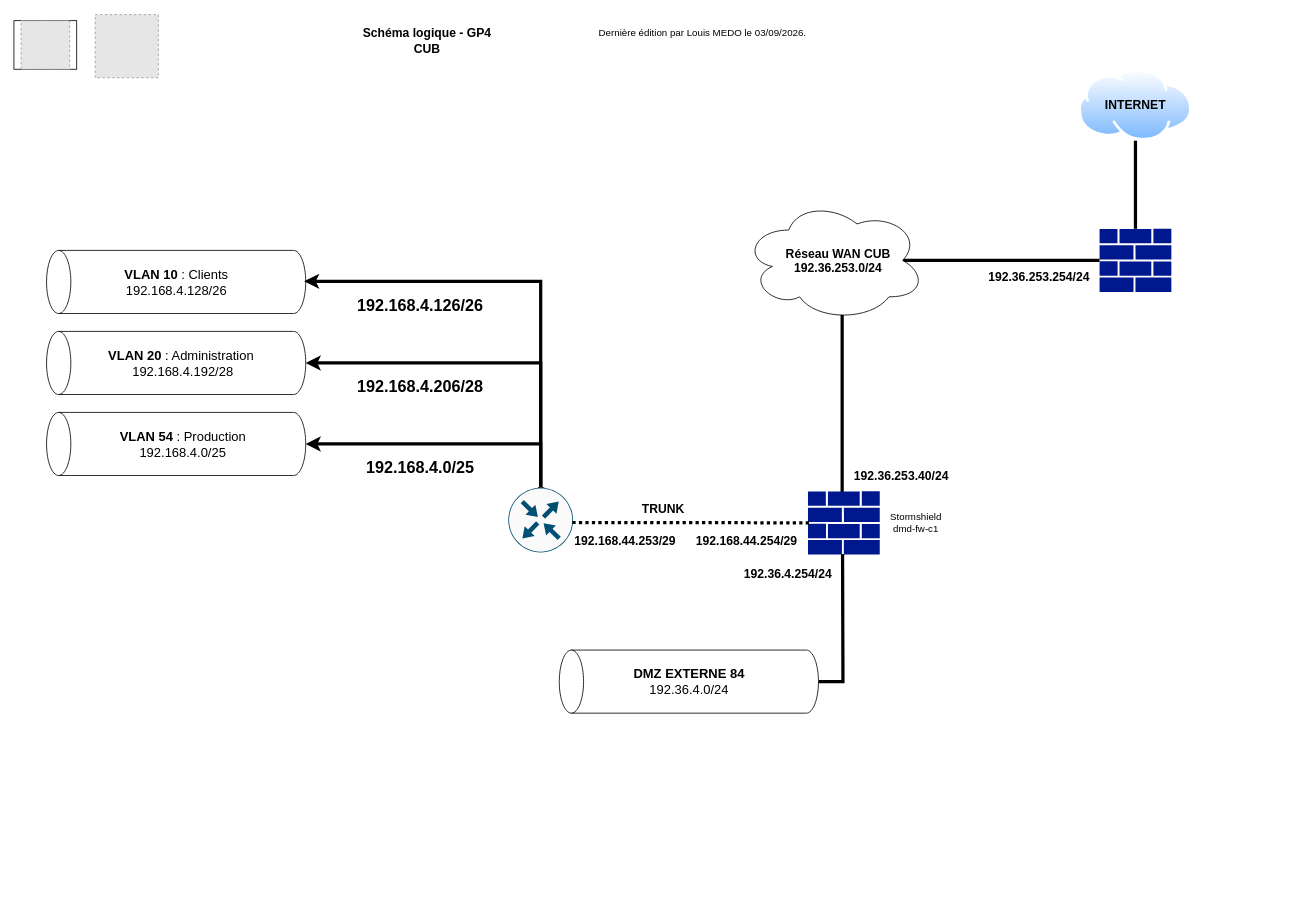
The draw.io diagram docs/ressources/schemas/cub-schema-logique-gp4.drawio in FireToak/cub-docs, before the edit. Source tidied: cells renumbered, new cells numbered last; positions are measured from the earlier drawing's top-left corner, leaving out a move shared by most shapes. Both pictures are drawn from the tidied source at 81%, with x=0, y=0 at pixel (14, 14). Pictures stored in the file or linked from it are replaced by grey dashed boxes.
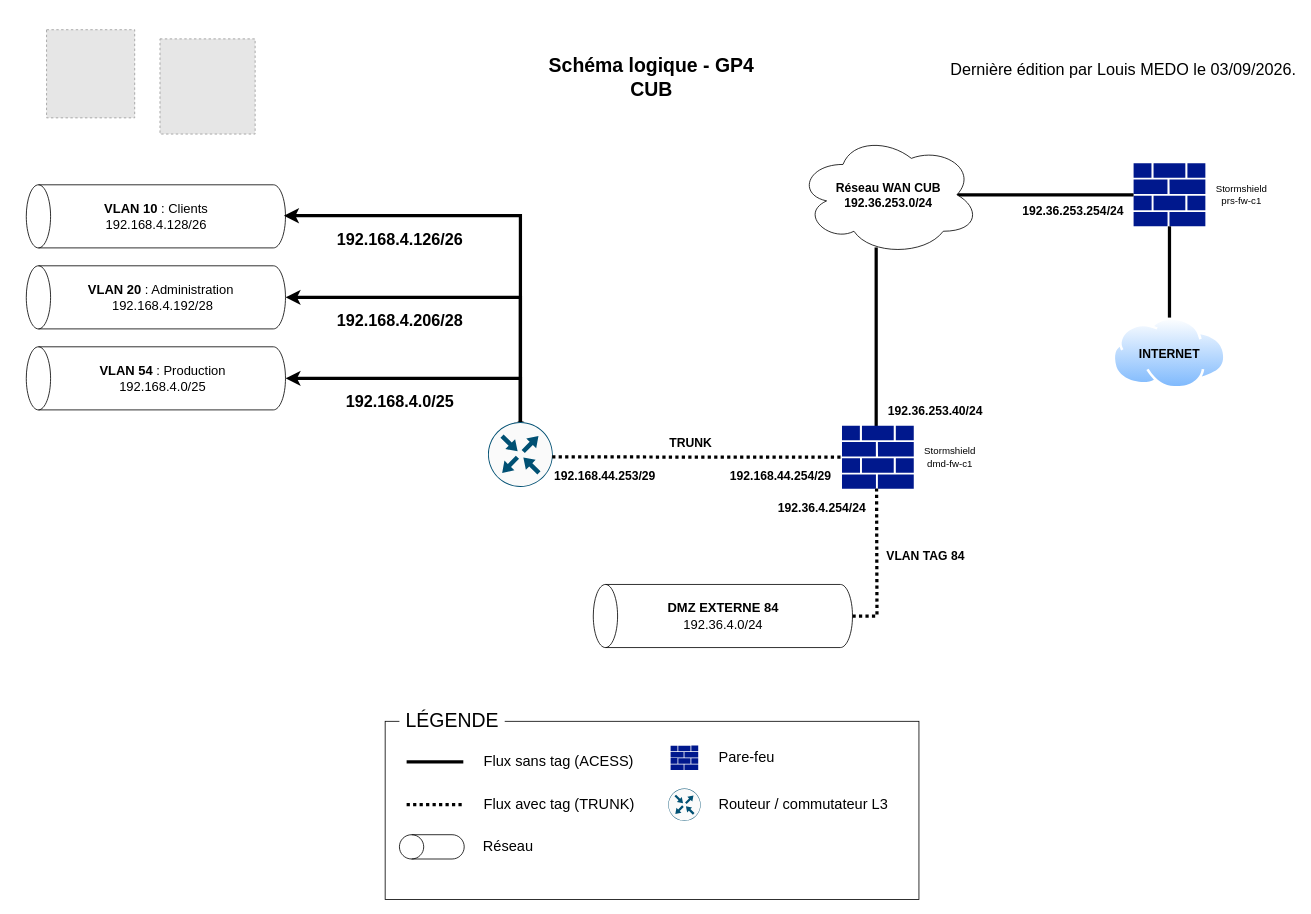
The same page after the edit.

Commit message (it also covers changes not shown here):
chore: mise à jour schéma logique

What changed in the source:
```diff
@@
-    <mxCell id="2" style="endArrow=none;html=1;rounded=0;entryX=0;entryY=0.5;entryDx=0;entryDy=0;entryPerimeter=0;exitX=0.875;exitY=0.5;exitDx=0;exitDy=0;exitPerimeter=0;strokeWidth=4;" parent="1" edge="1" source="33" target="34">
-      <mxGeometry relative="1" as="geometry" />
+    <mxCell id="2" style="endArrow=none;html=1;rounded=0;entryX=0;entryY=0.5;entryDx=0;entryDy=0;entryPerimeter=0;exitX=0.875;exitY=0.5;exitDx=0;exitDy=0;exitPerimeter=0;strokeWidth=4;" parent="1" edge="1" target="34">
+      <mxGeometry relative="1" as="geometry">
+        <mxPoint x="1138.9" y="223" as="sourcePoint" />
+      </mxGeometry>
     </mxCell>
-    <mxCell id="3" style="rounded=0;whiteSpace=wrap;html=1;fillColor=light-dark(#FFFFFF,#FFFFFF);" parent="1" vertex="1">
-      <mxGeometry x="-0.3" y="8" width="77.5" height="60" as="geometry" />
-    </mxCell>
     <mxCell id="4" style="fillColor=#E6E6E6;strokeColor=#999999;dashed=1;verticalLabelPosition=bottom;labelBackgroundColor=default;verticalAlign=top;" parent="1" vertex="1">
-      <mxGeometry x="100" y="0.5" width="78" height="78" as="geometry" />
+      <mxGeometry x="180" y="30.5" width="117.5" height="117.5" as="geometry" />
     </mxCell>
-    <mxCell id="5" value="&lt;font style=&quot;font-size: 15px;&quot;&gt;&lt;span&gt;Schéma logique - GP4&lt;br&gt;CUB&lt;/span&gt;&lt;/font&gt;" style="text;html=1;strokeColor=none;fillColor=none;align=center;verticalAlign=middle;whiteSpace=wrap;rounded=0;fontSize=16;fontStyle=1;" parent="1" vertex="1">
-      <mxGeometry x="405" y="18" width="210" height="30" as="geometry" />
+    <mxCell id="5" value="&lt;font style=&quot;font-size: 24px;&quot;&gt;Schéma logique - GP4&lt;br&gt;CUB&lt;/font&gt;" style="text;html=1;strokeColor=none;fillColor=none;align=center;verticalAlign=middle;whiteSpace=wrap;rounded=0;fontSize=16;fontStyle=1;" parent="1" vertex="1">
+      <mxGeometry x="627" y="38" width="320" height="80" as="geometry" />
     </mxCell>
-    <mxCell id="6" value="&lt;div align=&quot;left&quot;&gt;Dernière édition par Louis MEDO le 03/09/2026.&lt;/div&gt;" style="text;html=1;align=left;verticalAlign=middle;strokeColor=none;fillColor=none;" parent="1" vertex="1">
-      <mxGeometry x="720" y="8" width="280" height="30" as="geometry" />
+    <mxCell id="6" value="&lt;div&gt;&lt;font style=&quot;font-size: 20px;&quot;&gt;Dernière édition par Louis MEDO le 03/09/2026.&lt;/font&gt;&lt;/div&gt;" style="text;html=1;align=right;verticalAlign=middle;strokeColor=none;fillColor=none;fontSize=24;" parent="1" vertex="1">
+      <mxGeometry x="1134.1" y="47" width="450" height="40" as="geometry" />
     </mxCell>
     <mxCell id="7" style="edgeStyle=orthogonalEdgeStyle;rounded=0;orthogonalLoop=1;jettySize=auto;html=1;exitX=0.5;exitY=0;exitDx=0;exitDy=0;exitPerimeter=0;endArrow=none;endFill=0;strokeWidth=4;" parent="1" edge="1">
       <mxGeometry relative="1" as="geometry">
-        <mxPoint x="1022.2" y="590.6" as="sourcePoint" />
-        <mxPoint x="1022.2" y="369" as="targetPoint" />
+        <mxPoint x="1064.2" y="509.6" as="sourcePoint" />
+        <mxPoint x="1064.2" y="288" as="targetPoint" />
         <Array as="points">
-          <mxPoint x="1022.2" y="478" />
-          <mxPoint x="1022.2" y="478" />
+          <mxPoint x="1064.2" y="397" />
+          <mxPoint x="1064.2" y="397" />
         </Array>
       </mxGeometry>
     </mxCell>
     <mxCell id="8" value="&lt;font style=&quot;font-size: 15px;&quot;&gt;&lt;b&gt;&lt;font style=&quot;&quot;&gt;192.168.44.254/29&lt;/font&gt;&lt;/b&gt;&lt;/font&gt;" style="text;html=1;align=center;verticalAlign=middle;strokeColor=none;fillColor=none;" parent="1" vertex="1">
-      <mxGeometry x="829.2" y="635" width="150" height="30" as="geometry" />
+      <mxGeometry x="871.2" y="554" width="150" height="30" as="geometry" />
     </mxCell>
     <mxCell id="9" value="&lt;font style=&quot;font-size: 15px;&quot;&gt;&lt;b&gt;&lt;font style=&quot;&quot;&gt;192.36.253.254/24&lt;/font&gt;&lt;/b&gt;&lt;/font&gt;" style="text;html=1;align=center;verticalAlign=middle;strokeColor=none;fillColor=none;" parent="1" vertex="1">
-      <mxGeometry x="1190" y="309" width="150" height="30" as="geometry" />
+      <mxGeometry x="1232" y="228" width="150" height="30" as="geometry" />
     </mxCell>
     <mxCell id="10" value="&lt;font style=&quot;font-size: 15px;&quot;&gt;&lt;b&gt;&lt;font style=&quot;&quot;&gt;TRUNK&lt;/font&gt;&lt;/b&gt;&lt;/font&gt;" style="text;html=1;align=center;verticalAlign=middle;strokeColor=none;fillColor=none;" parent="1" vertex="1">
-      <mxGeometry x="761" y="595" width="80" height="30" as="geometry" />
+      <mxGeometry x="795" y="514" width="80" height="30" as="geometry" />
     </mxCell>
     <mxCell id="11" value="&lt;font style=&quot;font-size: 20px;&quot;&gt;&lt;b&gt;&lt;font style=&quot;font-size: 20px;&quot;&gt;192.168.4.126/26&lt;/font&gt;&lt;/b&gt;&lt;/font&gt;" style="text;html=1;align=center;verticalAlign=middle;strokeColor=none;fillColor=none;" parent="1" vertex="1">
-      <mxGeometry x="411" y="339" width="180" height="40" as="geometry" />
+      <mxGeometry x="386" y="258" width="180" height="40" as="geometry" />
     </mxCell>
     <mxCell id="12" value="&lt;font size=&quot;1&quot;&gt;&lt;b&gt;&lt;font style=&quot;font-size: 20px;&quot;&gt;192.168.4.206/28&lt;/font&gt;&lt;/b&gt;&lt;/font&gt;" style="text;html=1;align=center;verticalAlign=middle;strokeColor=none;fillColor=none;" parent="1" vertex="1">
-      <mxGeometry x="411" y="439" width="180" height="40" as="geometry" />
+      <mxGeometry x="386" y="358" width="180" height="40" as="geometry" />
     </mxCell>
     <mxCell id="13" value="&lt;font size=&quot;1&quot;&gt;&lt;b style=&quot;font-size: 20px;&quot;&gt;192.168.4.0/25&lt;/b&gt;&lt;/font&gt;" style="text;html=1;align=center;verticalAlign=middle;strokeColor=none;fillColor=none;" parent="1" vertex="1">
-      <mxGeometry x="421" y="539" width="160" height="40" as="geometry" />
+      <mxGeometry x="396" y="458" width="160" height="40" as="geometry" />
     </mxCell>
     <mxCell id="14" style="shape=cylinder3;whiteSpace=wrap;html=1;boundedLbl=1;backgroundOutline=1;size=15;rotation=-90;" parent="1" vertex="1">
-      <mxGeometry x="161" y="370.6" width="77.9" height="320" as="geometry" />
+      <mxGeometry x="136" y="289.6" width="77.9" height="320" as="geometry" />
     </mxCell>
     <mxCell id="15" style="shape=cylinder3;whiteSpace=wrap;html=1;boundedLbl=1;backgroundOutline=1;size=15;rotation=-90;" parent="1" vertex="1">
-      <mxGeometry x="161" y="270.6" width="77.9" height="320" as="geometry" />
+      <mxGeometry x="136" y="189.6" width="77.9" height="320" as="geometry" />
     </mxCell>
     <mxCell id="16" style="shape=cylinder3;whiteSpace=wrap;html=1;boundedLbl=1;backgroundOutline=1;size=15;rotation=-90;" parent="1" vertex="1">
-      <mxGeometry x="161" y="170.6" width="77.9" height="320" as="geometry" />
+      <mxGeometry x="136" y="89.6" width="77.9" height="320" as="geometry" />
     </mxCell>
     <mxCell id="17" style="edgeStyle=orthogonalEdgeStyle;rounded=0;jettySize=auto;html=1;strokeWidth=4;exitX=0.47;exitY=0.02;exitDx=0;exitDy=0;exitPerimeter=0;" parent="1" edge="1" source="31">
       <mxGeometry relative="1" as="geometry">
-        <mxPoint x="358" y="329.8" as="targetPoint" />
+        <mxPoint x="333" y="248.8" as="targetPoint" />
         <Array as="points">
-          <mxPoint x="652.6" y="588.2" />
-          <mxPoint x="650" y="588.2" />
-          <mxPoint x="650" y="329.8" />
+          <mxPoint x="627.6" y="507.2" />
+          <mxPoint x="625" y="507.2" />
+          <mxPoint x="625" y="248.8" />
         </Array>
       </mxGeometry>
     </mxCell>
     <mxCell id="18" style="edgeStyle=orthogonalEdgeStyle;rounded=0;jettySize=auto;html=1;entryX=0.5;entryY=1;entryDx=0;entryDy=0;entryPerimeter=0;strokeWidth=4;exitX=0.456;exitY=0.017;exitDx=0;exitDy=0;exitPerimeter=0;" parent="1" edge="1" source="31" target="15">
       <mxGeometry relative="1" as="geometry">
         <Array as="points">
-          <mxPoint x="651.5" y="587.8" />
-          <mxPoint x="650" y="587.8" />
-          <mxPoint x="650" y="430.6" />
+          <mxPoint x="626.5" y="506.8" />
+          <mxPoint x="625" y="506.8" />
+          <mxPoint x="625" y="349.6" />
         </Array>
       </mxGeometry>
     </mxCell>
     <mxCell id="19" value="&lt;div align=&quot;left&quot;&gt;&lt;font style=&quot;font-size: 16px;&quot;&gt;&lt;b&gt;VLAN 10&lt;/b&gt; : Clients&lt;/font&gt;&lt;br&gt;&lt;/div&gt;&lt;font style=&quot;font-size: 16px;&quot;&gt;192.168.4.128/26&lt;/font&gt;" style="text;html=1;align=center;verticalAlign=middle;strokeColor=none;fillColor=none;" parent="1" vertex="1">
-      <mxGeometry x="125" y="305.6" width="150" height="50" as="geometry" />
+      <mxGeometry x="100" y="224.6" width="150" height="50" as="geometry" />
     </mxCell>
     <mxCell id="20" value="&lt;font style=&quot;font-size: 16px;&quot;&gt;&lt;b&gt;VLAN 20&lt;/b&gt;&amp;nbsp;: Administration&amp;nbsp;&lt;br&gt;192.168.4.192/28&lt;/font&gt;" style="text;html=1;align=center;verticalAlign=middle;strokeColor=none;fillColor=none;" parent="1" vertex="1">
-      <mxGeometry x="102.9" y="405.6" width="210" height="50" as="geometry" />
+      <mxGeometry x="77.9" y="324.6" width="210" height="50" as="geometry" />
     </mxCell>
     <mxCell id="21" value="&lt;font style=&quot;font-size: 16px;&quot;&gt;&lt;b&gt;VLAN 54&lt;/b&gt;&amp;nbsp;: Production&lt;br&gt;192.168.4.0/25&lt;/font&gt;" style="text;html=1;align=center;verticalAlign=middle;strokeColor=none;fillColor=none;" parent="1" vertex="1">
-      <mxGeometry x="117.9" y="505.6" width="180" height="50" as="geometry" />
+      <mxGeometry x="92.9" y="424.6" width="180" height="50" as="geometry" />
     </mxCell>
     <mxCell id="22" style="edgeStyle=orthogonalEdgeStyle;rounded=0;jettySize=auto;html=1;entryX=0.5;entryY=1;entryDx=0;entryDy=0;entryPerimeter=0;strokeWidth=4;exitX=0.43;exitY=0.008;exitDx=0;exitDy=0;exitPerimeter=0;" parent="1" edge="1" source="31" target="14">
       <mxGeometry relative="1" as="geometry">
         <Array as="points">
-          <mxPoint x="651.5" y="589.2" />
-          <mxPoint x="651.5" y="587.9" />
-          <mxPoint x="650" y="587.9" />
-          <mxPoint x="650" y="530.6" />
+          <mxPoint x="626.5" y="508.2" />
+          <mxPoint x="626.5" y="506.9" />
+          <mxPoint x="625" y="506.9" />
+          <mxPoint x="625" y="449.6" />
         </Array>
       </mxGeometry>
     </mxCell>
     <mxCell id="23" style="fillColor=#E6E6E6;strokeColor=#999999;dashed=1;verticalLabelPosition=bottom;labelBackgroundColor=default;verticalAlign=top;" parent="1" vertex="1">
-      <mxGeometry x="8.5" y="8" width="60" height="60" as="geometry" />
+      <mxGeometry x="40" y="19.2" width="108.8" height="108.8" as="geometry" />
     </mxCell>
     <mxCell id="24" value="&lt;font style=&quot;&quot;&gt;&lt;b style=&quot;&quot;&gt;&lt;font style=&quot;font-size: 15px;&quot;&gt;192.168.44.253/29&lt;/font&gt;&lt;/b&gt;&lt;/font&gt;" style="text;html=1;align=center;verticalAlign=middle;strokeColor=none;fillColor=none;" parent="1" vertex="1">
-      <mxGeometry x="679.2" y="635" width="150" height="30" as="geometry" />
+      <mxGeometry x="654.2" y="554" width="150" height="30" as="geometry" />
     </mxCell>
     <mxCell id="25" value="&lt;font style=&quot;font-size: 15px;&quot;&gt;&lt;b&gt;&lt;font style=&quot;&quot;&gt;192.36.253.40/24&lt;/font&gt;&lt;/b&gt;&lt;/font&gt;" style="text;html=1;align=center;verticalAlign=middle;strokeColor=none;fillColor=none;" parent="1" vertex="1">
-      <mxGeometry x="1025" y="554.6" width="140" height="30" as="geometry" />
+      <mxGeometry x="1067" y="473.6" width="140" height="30" as="geometry" />
     </mxCell>
-    <mxCell id="26" style="edgeStyle=orthogonalEdgeStyle;rounded=0;jettySize=auto;html=1;endArrow=none;endFill=0;strokeWidth=4;exitX=0.5;exitY=1;exitDx=0;exitDy=0;exitPerimeter=0;" parent="1" edge="1" source="27">
+    <mxCell id="26" style="edgeStyle=orthogonalEdgeStyle;rounded=0;jettySize=auto;html=1;endArrow=none;endFill=0;strokeWidth=4;exitX=0.5;exitY=1;exitDx=0;exitDy=0;exitPerimeter=0;dashed=1;dashPattern=1 1;" parent="1" edge="1" source="27">
       <mxGeometry relative="1" as="geometry">
-        <mxPoint x="1022.7" y="666.6" as="targetPoint" />
+        <mxPoint x="1064.7" y="585.6" as="targetPoint" />
       </mxGeometry>
     </mxCell>
     <mxCell id="27" style="shape=cylinder3;whiteSpace=wrap;html=1;boundedLbl=1;backgroundOutline=1;size=15;rotation=-90;" parent="1" vertex="1">
-      <mxGeometry x="794" y="664" width="77.9" height="320" as="geometry" />
+      <mxGeometry x="836" y="583" width="77.9" height="320" as="geometry" />
     </mxCell>
     <mxCell id="28" value="&lt;span style=&quot;font-size: 16px;&quot;&gt;&lt;b&gt;DMZ EXTERNE 84&lt;/b&gt;&lt;/span&gt;&lt;div&gt;&lt;span style=&quot;font-size: 16px;&quot;&gt;192.36.4.0/24&lt;/span&gt;&lt;/div&gt;" style="text;html=1;align=center;verticalAlign=middle;strokeColor=none;fillColor=none;" parent="1" vertex="1">
-      <mxGeometry x="753" y="799" width="160" height="50" as="geometry" />
+      <mxGeometry x="795" y="718" width="160" height="50" as="geometry" />
     </mxCell>
     <mxCell id="29" value="&lt;font style=&quot;font-size: 15px;&quot;&gt;&lt;b&gt;&lt;font style=&quot;&quot;&gt;192.36.4.254/24&lt;/font&gt;&lt;/b&gt;&lt;/font&gt;" style="text;html=1;align=center;verticalAlign=middle;strokeColor=none;fillColor=none;" parent="1" vertex="1">
-      <mxGeometry x="890" y="675" width="130" height="30" as="geometry" />
+      <mxGeometry x="932" y="594" width="130" height="30" as="geometry" />
     </mxCell>
     <mxCell id="30" style="sketch=0;shadow=0;dashed=0;html=1;strokeColor=none;labelPosition=center;verticalLabelPosition=bottom;verticalAlign=top;align=center;fillColor=#00188D;shape=mxgraph.mscae.enterprise.firewall;" parent="1" vertex="1">
-      <mxGeometry x="980" y="589.1" width="88.6" height="77.9" as="geometry" />
+      <mxGeometry x="1022" y="508.1" width="88.6" height="77.9" as="geometry" />
     </mxCell>
     <mxCell id="31" style="sketch=0;points=[[0.5,0,0],[1,0.5,0],[0.5,1,0],[0,0.5,0],[0.145,0.145,0],[0.8555,0.145,0],[0.855,0.8555,0],[0.145,0.855,0]];verticalLabelPosition=bottom;html=1;verticalAlign=top;align=center;shape=mxgraph.cisco19.rect;prIcon=router;fillColor=#FAFAFA;strokeColor=#005073;" parent="1" vertex="1">
-      <mxGeometry x="610" y="584.6" width="80" height="80" as="geometry" />
+      <mxGeometry x="585" y="503.6" width="80" height="80" as="geometry" />
     </mxCell>
@@
     <mxCell id="33" style="ellipse;shape=cloud;whiteSpace=wrap;html=1;" parent="1" vertex="1">
-      <mxGeometry x="900" y="229" width="225" height="150" as="geometry" />
+      <mxGeometry x="967" y="148" width="225" height="150" as="geometry" />
     </mxCell>
     <mxCell id="34" style="sketch=0;shadow=0;dashed=0;html=1;strokeColor=none;labelPosition=center;verticalLabelPosition=bottom;verticalAlign=top;align=center;fillColor=#00188D;shape=mxgraph.mscae.enterprise.firewall;" parent="1" vertex="1">
-      <mxGeometry x="1340" y="265" width="88.6" height="77.9" as="geometry" />
+      <mxGeometry x="1382" y="184" width="88.6" height="77.9" as="geometry" />
     </mxCell>
     <mxCell id="35" value="&lt;b&gt;Réseau WAN CUB&lt;/b&gt;&lt;div&gt;&lt;b&gt;192.36.253.0/24&lt;/b&gt;&lt;/div&gt;" style="text;html=1;whiteSpace=wrap;strokeColor=none;fillColor=none;align=center;verticalAlign=middle;rounded=0;fontSize=15;" parent="1" vertex="1">
-      <mxGeometry x="947" y="277.9" width="141.2" height="52.2" as="geometry" />
+      <mxGeometry x="1008.9" y="196.9" width="141.2" height="52.2" as="geometry" />
     </mxCell>
     <mxCell id="36" style="image;perimeter=ellipsePerimeter;html=1;align=center;shadow=0;dashed=0;spacingTop=3;image=img/lib/active_directory/internet_cloud.svg;" parent="1" vertex="1">
-      <mxGeometry x="1314.3" y="68" width="140" height="88.2" as="geometry" />
+      <mxGeometry x="1356.3" y="374.6" width="140" height="88.2" as="geometry" />
     </mxCell>
     <mxCell id="37" value="INTERNET" style="text;html=1;whiteSpace=wrap;align=center;verticalAlign=middle;rounded=0;fontColor=light-dark(#000000,#000000);fontStyle=1;fontSize=15;" parent="1" vertex="1">
-      <mxGeometry x="1340" y="87.1" width="88.6" height="50" as="geometry" />
+      <mxGeometry x="1382" y="393.7" width="88.6" height="50" as="geometry" />
     </mxCell>
-    <mxCell id="38" style="endArrow=none;html=1;rounded=0;entryX=0.5;entryY=1;entryDx=0;entryDy=0;exitX=0.5;exitY=0;exitDx=0;exitDy=0;exitPerimeter=0;strokeWidth=4;" parent="1" edge="1" source="34" target="36">
+    <mxCell id="38" style="endArrow=none;html=1;rounded=0;entryX=0.5;entryY=0;entryDx=0;entryDy=0;exitX=0.5;exitY=1;exitDx=0;exitDy=0;exitPerimeter=0;strokeWidth=4;" parent="1" edge="1" source="34" target="36">
       <mxGeometry relative="1" as="geometry" />
     </mxCell>
-    <mxCell id="39" value="Stormshield&lt;div&gt;dmd-fw-c1&lt;/div&gt;" style="text;html=1;whiteSpace=wrap;strokeColor=none;fillColor=none;align=center;verticalAlign=middle;rounded=0;fontColor=light-dark(#000000,#00331A);" parent="1" vertex="1">
-      <mxGeometry x="1068.6" y="608" width="88.6" height="40" as="geometry" />
+    <mxCell id="39" value="&lt;span style=&quot;color: light-dark(rgb(0, 0, 0), rgb(255, 255, 255));&quot;&gt;Stormshield&lt;/span&gt;&lt;div&gt;&lt;span style=&quot;color: light-dark(rgb(0, 0, 0), rgb(255, 255, 255));&quot;&gt;dmd-fw-c1&lt;/span&gt;&lt;/div&gt;" style="text;html=1;whiteSpace=wrap;strokeColor=none;fillColor=none;align=center;verticalAlign=middle;rounded=0;fontColor=light-dark(#000000,#00331A);" parent="1" vertex="1">
+      <mxGeometry x="1110.6" y="527" width="88.6" height="40" as="geometry" />
     </mxCell>
+    <mxCell id="40" value="&lt;span style=&quot;color: light-dark(rgb(0, 0, 0), rgb(255, 255, 255));&quot;&gt;Stormshield&lt;/span&gt;&lt;div&gt;&lt;span style=&quot;color: light-dark(rgb(0, 0, 0), rgb(255, 255, 255));&quot;&gt;prs-fw-c1&lt;/span&gt;&lt;/div&gt;" style="text;html=1;whiteSpace=wrap;strokeColor=none;fillColor=none;align=center;verticalAlign=middle;rounded=0;fontColor=light-dark(#000000,#00331A);" parent="1" vertex="1">
+      <mxGeometry x="1470.6" y="203" width="88.6" height="40" as="geometry" />
+    </mxCell>
+    <mxCell id="41" style="rounded=0;whiteSpace=wrap;html=1;" parent="1" vertex="1">
+      <mxGeometry x="458" y="873" width="659" height="220" as="geometry" />
+    </mxCell>
+    <mxCell id="42" value="LÉGENDE" style="text;html=1;whiteSpace=wrap;strokeColor=none;fillColor=default;align=center;verticalAlign=middle;rounded=0;fontSize=24;" parent="1" vertex="1">
+      <mxGeometry x="475.6" y="858" width="130" height="30" as="geometry" />
+    </mxCell>
+    <mxCell id="43" value="&lt;font style=&quot;font-size: 15px;&quot;&gt;&lt;b&gt;&lt;font style=&quot;&quot;&gt;VLAN TAG 84&amp;nbsp;&lt;/font&gt;&lt;/b&gt;&lt;/font&gt;" style="text;html=1;align=center;verticalAlign=middle;strokeColor=none;fillColor=none;" parent="1" vertex="1">
+      <mxGeometry x="1067" y="653" width="120" height="30" as="geometry" />
+    </mxCell>
+    <mxCell id="44" style="endArrow=none;html=1;rounded=0;strokeWidth=4;" parent="1" edge="1">
+      <mxGeometry relative="1" as="geometry">
+        <mxPoint x="484.5" y="923" as="sourcePoint" />
+        <mxPoint x="554.5" y="923" as="targetPoint" />
+      </mxGeometry>
+    </mxCell>
+    <mxCell id="45" value="&lt;font style=&quot;font-size: 18px;&quot;&gt;Flux sans tag (ACESS)&lt;/font&gt;" style="text;html=1;whiteSpace=wrap;strokeColor=none;fillColor=none;align=left;verticalAlign=middle;rounded=0;" parent="1" vertex="1">
+      <mxGeometry x="577.5" y="908" width="210" height="30" as="geometry" />
+    </mxCell>
+    <mxCell id="46" style="endArrow=none;html=1;rounded=0;strokeWidth=4;dashed=1;dashPattern=1 1;" parent="1" edge="1">
+      <mxGeometry relative="1" as="geometry">
+        <mxPoint x="484.5" y="976" as="sourcePoint" />
+        <mxPoint x="554.5" y="976" as="targetPoint" />
+      </mxGeometry>
+    </mxCell>
+    <mxCell id="47" value="&lt;font style=&quot;font-size: 18px;&quot;&gt;Flux avec tag (TRUNK)&lt;/font&gt;" style="text;html=1;whiteSpace=wrap;strokeColor=none;fillColor=none;align=left;verticalAlign=middle;rounded=0;" parent="1" vertex="1">
+      <mxGeometry x="577.5" y="961" width="210" height="30" as="geometry" />
+    </mxCell>
+    <mxCell id="48" style="shape=cylinder3;whiteSpace=wrap;html=1;boundedLbl=1;backgroundOutline=1;size=15;rotation=-90;" parent="1" vertex="1">
+      <mxGeometry x="500.6" y="988" width="30" height="80" as="geometry" />
+    </mxCell>
+    <mxCell id="49" value="&lt;font style=&quot;font-size: 18px;&quot;&gt;Réseau&lt;/font&gt;" style="text;html=1;whiteSpace=wrap;strokeColor=none;fillColor=none;align=left;verticalAlign=middle;rounded=0;" parent="1" vertex="1">
+      <mxGeometry x="576.6" y="1013" width="210" height="30" as="geometry" />
+    </mxCell>
+    <mxCell id="50" value="&lt;font style=&quot;font-size: 18px;&quot;&gt;Pare-feu&lt;/font&gt;" style="text;html=1;whiteSpace=wrap;strokeColor=none;fillColor=none;align=left;verticalAlign=middle;rounded=0;" parent="1" vertex="1">
+      <mxGeometry x="867.5" y="903" width="210" height="30" as="geometry" />
+    </mxCell>
+    <mxCell id="51" style="sketch=0;shadow=0;dashed=0;html=1;strokeColor=none;labelPosition=center;verticalLabelPosition=bottom;verticalAlign=top;align=center;fillColor=#00188D;shape=mxgraph.mscae.enterprise.firewall;" parent="1" vertex="1">
+      <mxGeometry x="810.4" y="903" width="34.1" height="30" as="geometry" />
+    </mxCell>
+    <mxCell id="52" value="&lt;font style=&quot;font-size: 18px;&quot;&gt;Routeur / commutateur L3&lt;/font&gt;" style="text;html=1;whiteSpace=wrap;strokeColor=none;fillColor=none;align=left;verticalAlign=middle;rounded=0;" parent="1" vertex="1">
+      <mxGeometry x="867.5" y="961" width="230" height="30" as="geometry" />
+    </mxCell>
+    <mxCell id="53" style="sketch=0;verticalLabelPosition=bottom;html=1;verticalAlign=top;align=center;shape=mxgraph.cisco19.rect;prIcon=router;fillColor=#FAFAFA;strokeColor=#005073;" parent="1" vertex="1">
+      <mxGeometry x="807.5" y="956" width="40" height="40" as="geometry" />
+    </mxCell>
```
